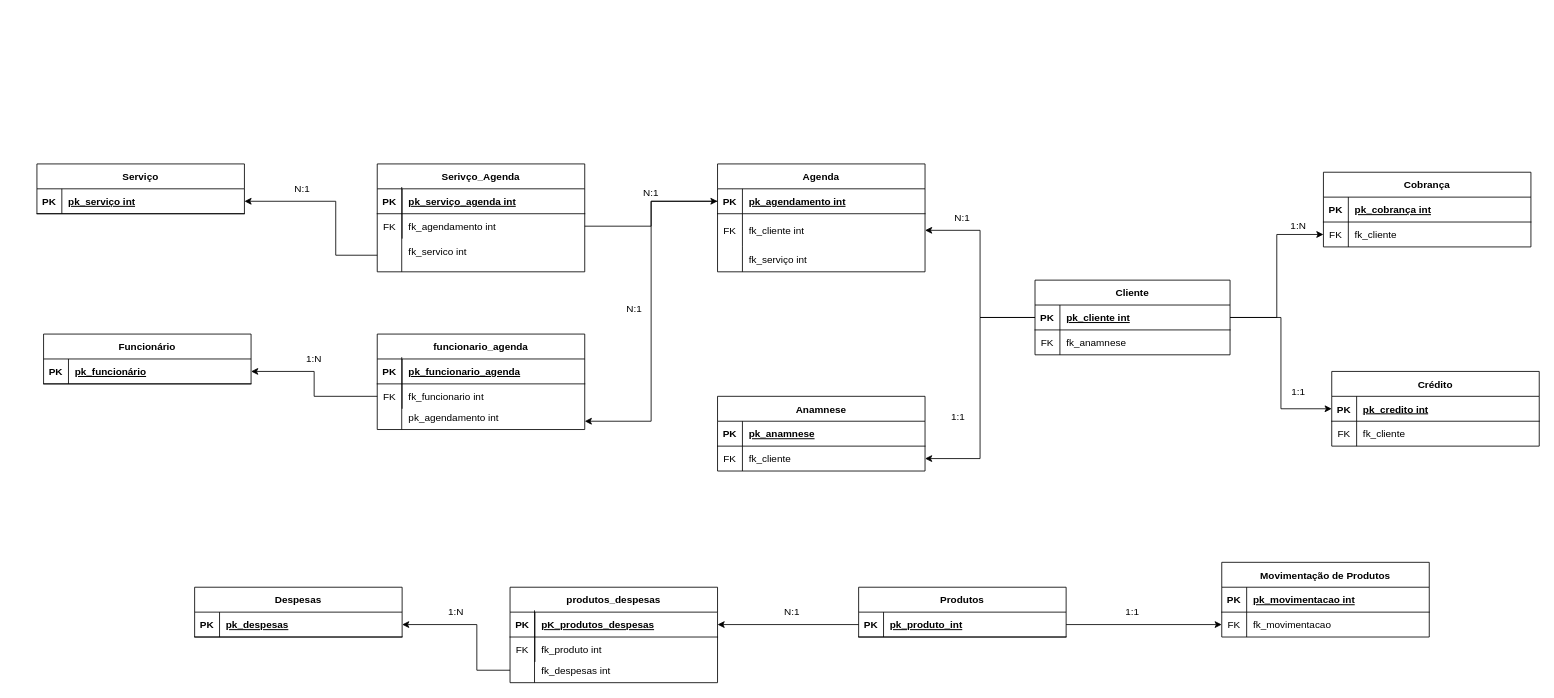
Above: DOC/DER.drawio in UlfGunnar/Projeto-Senai-3-4 (draw.io), before the change. Source tidied: cells renumbered, new cells numbered last; positions are measured from the earlier drawing's top-left corner, leaving out a move shared by most shapes. Both pictures are drawn from the tidied source at 83%, with x=0, y=0 at pixel (37, 164).
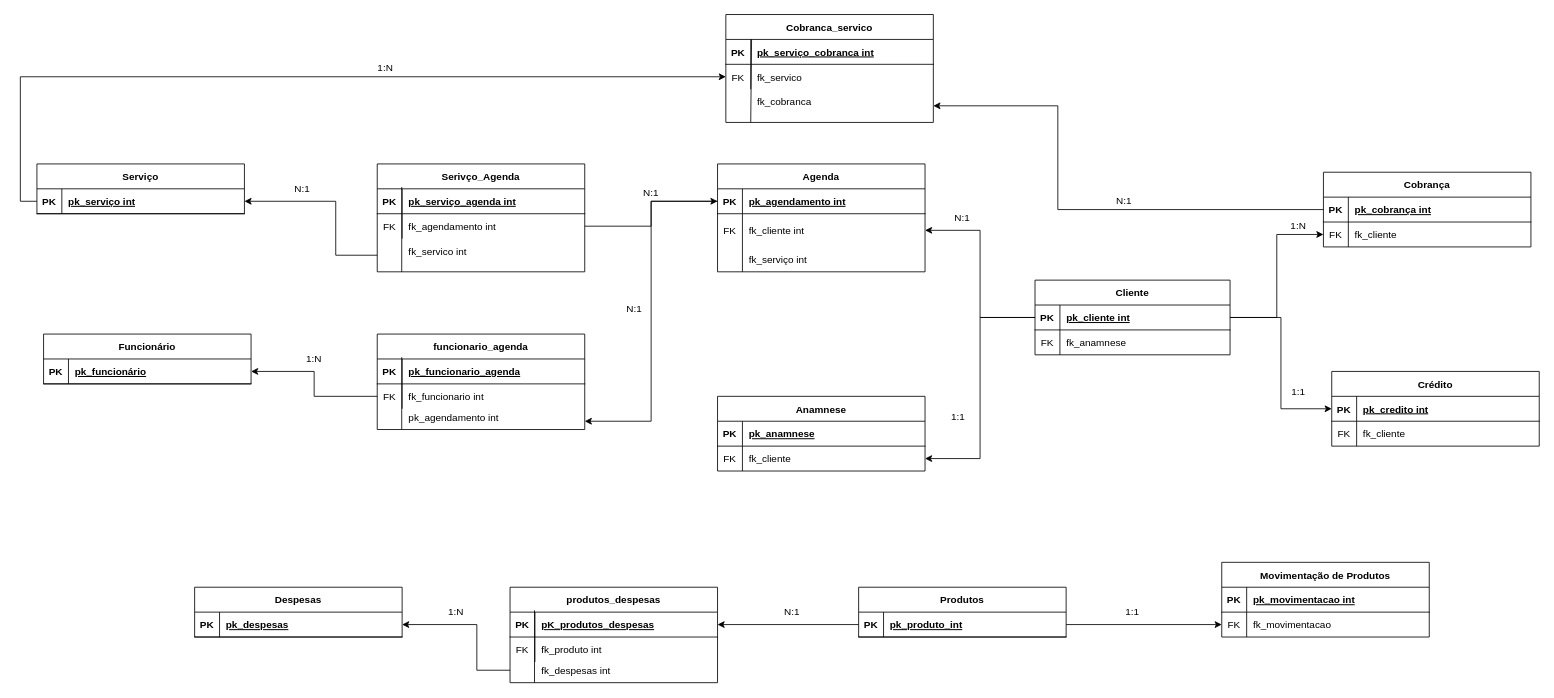
After the change.

Unchanged cells that the change refers to:
```xml
<mxCell id="13" style="shape=partialRectangle;fillColor=none;points=[[0,0.5],[1,0.5]];portConstraint=eastwest;top=0;left=0;right=0;bottom=1;" parent="12" vertex="1">
  <mxGeometry y="30" width="250" height="30" as="geometry" />
</mxCell>
<mxCell id="20" style="shape=partialRectangle;fillColor=none;points=[[0,0.5],[1,0.5]];portConstraint=eastwest;top=0;left=0;right=0;bottom=1;" parent="19" vertex="1">
  <mxGeometry y="30" width="250" height="30" as="geometry" />
</mxCell>
```

Diff of the diagram source:
```diff
@@
+    <mxCell id="113" value="Cobranca_servico" style="shape=table;startSize=30;childLayout=tableLayout;rowLines=0;fontStyle=1;align=center;" parent="1" vertex="1">
+      <mxGeometry x="830" y="-180" width="250" height="130" as="geometry" />
+    </mxCell>
+    <mxCell id="114" style="shape=partialRectangle;fillColor=none;points=[[0,0.5],[1,0.5]];portConstraint=eastwest;top=0;left=0;right=0;bottom=1;" parent="113" vertex="1">
+      <mxGeometry y="30" width="250" height="30" as="geometry" />
+    </mxCell>
+    <mxCell id="115" value="PK" style="shape=partialRectangle;overflow=hidden;fillColor=none;top=0;left=0;bottom=0;right=0;fontStyle=1;" parent="114" vertex="1">
+      <mxGeometry width="30" height="30" as="geometry" />
+    </mxCell>
+    <mxCell id="116" value="pk_serviço_cobranca int" style="shape=partialRectangle;overflow=hidden;fillColor=none;top=0;left=0;bottom=0;right=0;align=left;spacingLeft=6;fontStyle=5;" parent="114" vertex="1">
+      <mxGeometry x="30" width="220" height="30" as="geometry" />
+    </mxCell>
+    <mxCell id="117" style="shape=partialRectangle;fillColor=none;points=[[0,0.5],[1,0.5]];portConstraint=eastwest;top=0;left=0;right=0;bottom=0;" parent="113" vertex="1">
+      <mxGeometry y="60" width="250" height="30" as="geometry" />
+    </mxCell>
+    <mxCell id="118" value="FK" style="shape=partialRectangle;overflow=hidden;fillColor=none;top=0;left=0;bottom=0;right=0;" parent="117" vertex="1">
+      <mxGeometry width="30" height="30" as="geometry" />
+    </mxCell>
+    <mxCell id="119" value="fk_servico" style="shape=partialRectangle;overflow=hidden;fillColor=none;top=0;left=0;bottom=0;right=0;align=left;spacingLeft=6;" parent="117" vertex="1">
+      <mxGeometry x="30" width="220" height="30" as="geometry" />
+    </mxCell>
+    <mxCell id="120" value="fk_cobranca" style="shape=partialRectangle;overflow=hidden;fillColor=none;top=0;left=0;bottom=0;right=0;align=left;spacingLeft=6;" parent="1" vertex="1">
+      <mxGeometry x="860" y="-90" width="220" height="30" as="geometry" />
+    </mxCell>
+    <mxCell id="121" style="endArrow=none;html=1;rounded=0;defaultLabelBackgroundColor=page;exitX=0.124;exitY=-0.003;exitDx=0;exitDy=0;exitPerimeter=0;" parent="1" edge="1" source="114">
+      <mxGeometry relative="1" as="geometry">
+        <mxPoint x="860" y="-50" as="targetPoint" />
+      </mxGeometry>
+    </mxCell>
+    <mxCell id="122" style="edgeStyle=orthogonalEdgeStyle;rounded=0;jettySize=auto;html=1;exitX=0;exitY=0.5;exitDx=0;exitDy=0;entryX=0;entryY=0.5;entryDx=0;entryDy=0;defaultLabelBackgroundColor=page;" parent="1" edge="1" source="20" target="117">
+      <mxGeometry relative="1" as="geometry" />
+    </mxCell>
+    <mxCell id="123" style="edgeStyle=orthogonalEdgeStyle;rounded=0;jettySize=auto;html=1;defaultLabelBackgroundColor=page;" parent="1" edge="1" source="13">
+      <mxGeometry relative="1" as="geometry">
+        <mxPoint x="1080" y="-70" as="targetPoint" />
+        <Array as="points">
+          <mxPoint x="1230" y="55" />
+          <mxPoint x="1230" y="-70" />
+        </Array>
+      </mxGeometry>
+    </mxCell>
+    <mxCell id="124" value="N:1" style="text;html=1;whiteSpace=wrap;strokeColor=none;fillColor=none;align=center;verticalAlign=middle;rounded=0;" parent="1" vertex="1">
+      <mxGeometry x="1280" y="30" width="60" height="30" as="geometry" />
+    </mxCell>
+    <mxCell id="125" value="1:N" style="text;html=1;whiteSpace=wrap;strokeColor=none;fillColor=none;align=center;verticalAlign=middle;rounded=0;" parent="1" vertex="1">
+      <mxGeometry x="390" y="-130" width="60" height="30" as="geometry" />
+    </mxCell>
```
